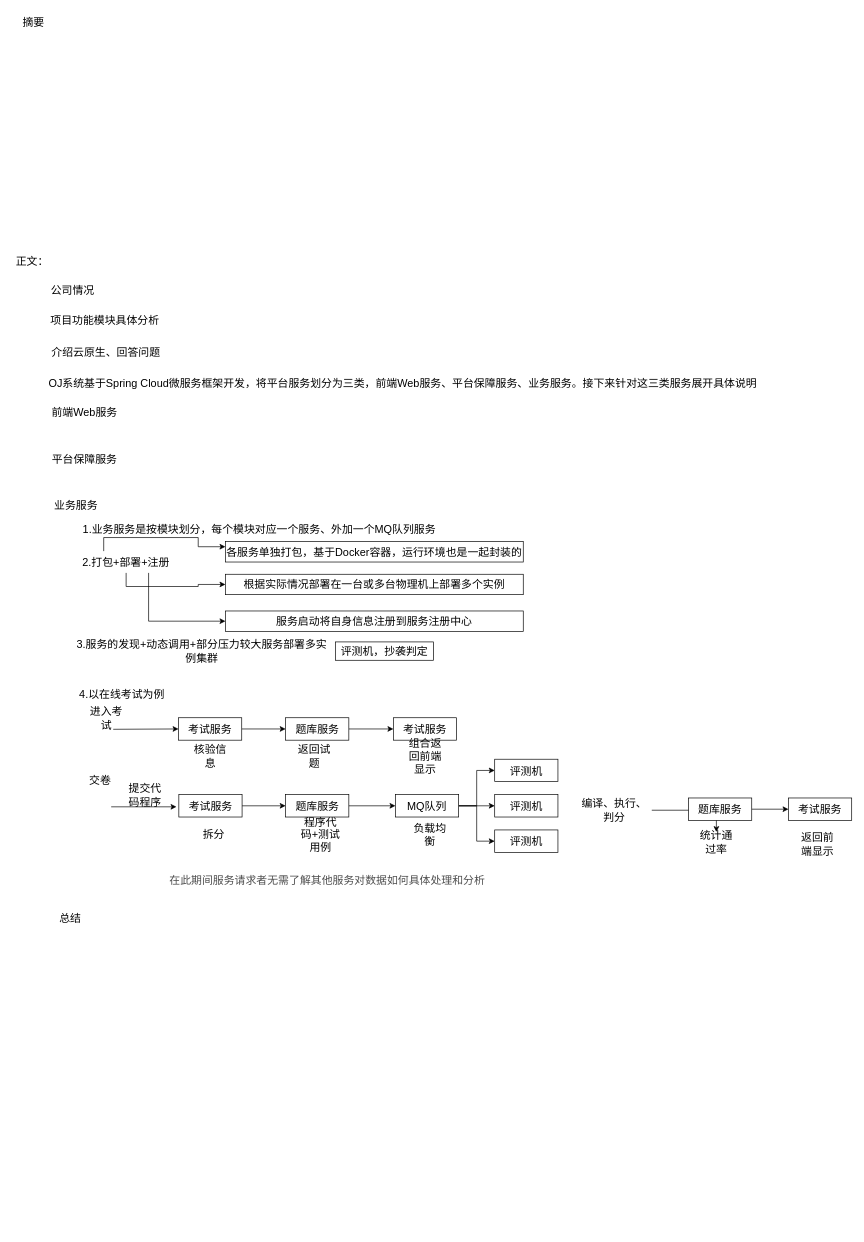
This is 云原生架构及其应用.drawio from xiaodongYao/DrawIO, a draw.io file, before an edit. Source tidied: cells renumbered, new cells numbered last; positions are measured from the earlier drawing's top-left corner, leaving out a move shared by most shapes. Both pictures are drawn from the tidied source at 68%, with x=0, y=0 at pixel (12, 12).
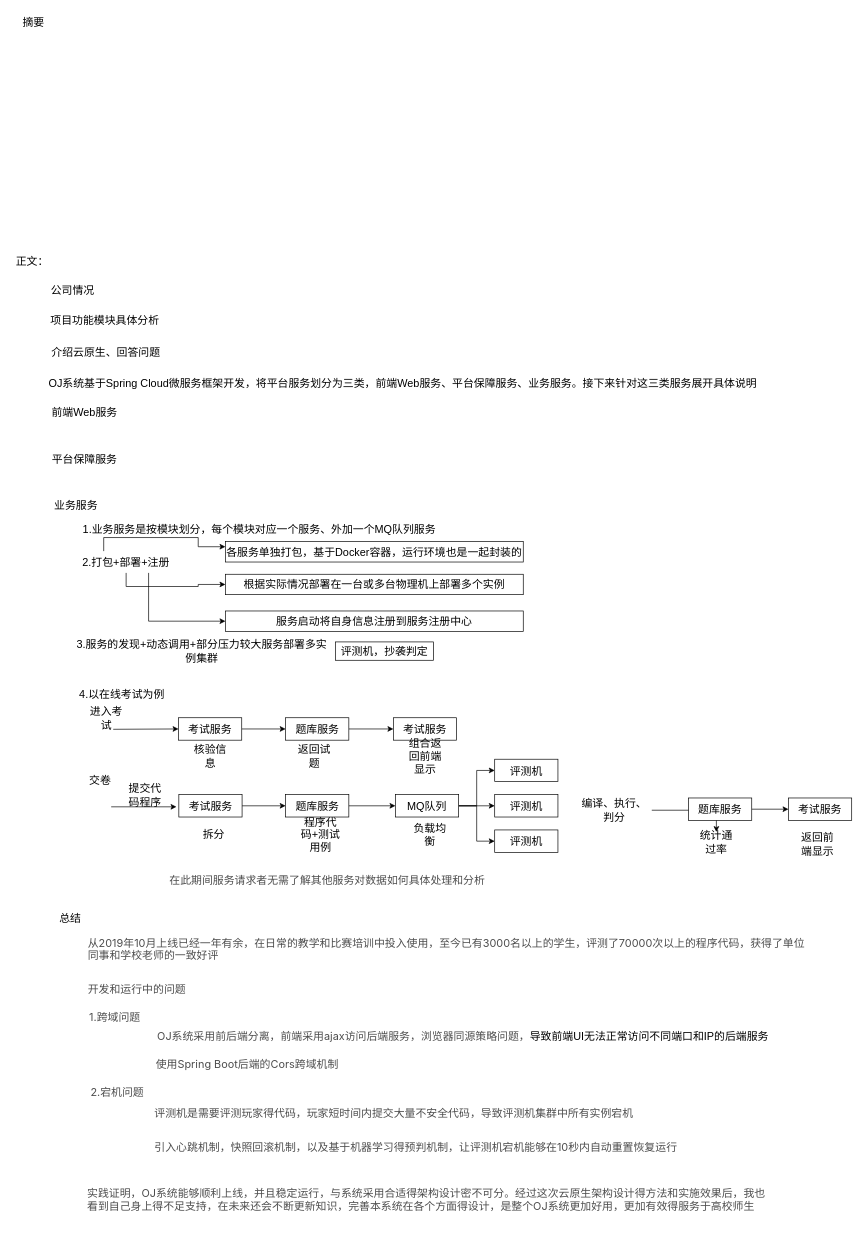
The same diagram, later.

Commit message:
更新云原生架构及其应用.drawio

Change to the diagram source:
```diff
@@
+    <mxCell id="58" value="&lt;font face=&quot;-apple-system, SF UI Text, Arial, PingFang SC, Hiragino Sans GB, Microsoft YaHei, WenQuanYi Micro Hei, sans-serif&quot; color=&quot;#4d4d4d&quot;&gt;&lt;span style=&quot;font-size: 16px; font-variant-ligatures: no-common-ligatures; background-color: rgb(255, 255, 255);&quot;&gt;从2019年10月上线已经一年有余，在日常的教学和比赛培训中投入使用，至今已有3000名以上的学生，评测了70000次以上的程序代码，获得了单位同事和学校老师的一致好评&lt;/span&gt;&lt;/font&gt;" style="text;whiteSpace=wrap;html=1;" parent="1" vertex="1">
+      <mxGeometry x="110" y="1353" width="1068" height="54" as="geometry" />
+    </mxCell>
+    <mxCell id="59" value="&lt;font face=&quot;-apple-system, SF UI Text, Arial, PingFang SC, Hiragino Sans GB, Microsoft YaHei, WenQuanYi Micro Hei, sans-serif&quot; color=&quot;#4d4d4d&quot;&gt;&lt;span style=&quot;font-size: 16px; font-variant-ligatures: no-common-ligatures; background-color: rgb(255, 255, 255);&quot;&gt;开发和运行中的问题&lt;/span&gt;&lt;/font&gt;" style="text;whiteSpace=wrap;html=1;" parent="1" vertex="1">
+      <mxGeometry x="110" y="1422" width="155" height="30" as="geometry" />
+    </mxCell>
+    <mxCell id="60" value="&lt;font face=&quot;-apple-system, SF UI Text, Arial, PingFang SC, Hiragino Sans GB, Microsoft YaHei, WenQuanYi Micro Hei, sans-serif&quot; color=&quot;#4d4d4d&quot;&gt;&lt;span style=&quot;font-size: 16px; font-variant-ligatures: no-common-ligatures; background-color: rgb(255, 255, 255);&quot;&gt;1.跨域问题&lt;/span&gt;&lt;/font&gt;" style="text;whiteSpace=wrap;html=1;" parent="1" vertex="1">
+      <mxGeometry x="112" y="1462" width="96" height="29" as="geometry" />
+    </mxCell>
+    <mxCell id="61" value="&lt;font face=&quot;-apple-system, SF UI Text, Arial, PingFang SC, Hiragino Sans GB, Microsoft YaHei, WenQuanYi Micro Hei, sans-serif&quot; color=&quot;#4d4d4d&quot;&gt;&lt;span style=&quot;font-size: 16px; font-variant-ligatures: no-common-ligatures; background-color: rgb(255, 255, 255);&quot;&gt;2.宕机问题&lt;/span&gt;&lt;/font&gt;" style="text;whiteSpace=wrap;html=1;" parent="1" vertex="1">
+      <mxGeometry x="114" y="1573" width="96" height="29" as="geometry" />
+    </mxCell>
+    <mxCell id="62" value="&lt;font face=&quot;-apple-system, SF UI Text, Arial, PingFang SC, Hiragino Sans GB, Microsoft YaHei, WenQuanYi Micro Hei, sans-serif&quot; color=&quot;#4d4d4d&quot; style=&quot;font-size: 16px;&quot;&gt;&lt;span style=&quot;font-size: 16px; font-variant-ligatures: no-common-ligatures; background-color: rgb(255, 255, 255);&quot;&gt;OJ系统采用前后端分离，前端采用ajax访问后端服务，浏览器同源策略问题，&lt;/span&gt;&lt;/font&gt;导致前端UI无法正常访问不同端口和IP的后端服务" style="text;whiteSpace=wrap;html=1;fontSize=16;" parent="1" vertex="1">
+      <mxGeometry x="212" y="1491" width="928" height="31" as="geometry" />
+    </mxCell>
+    <mxCell id="63" value="&lt;font face=&quot;-apple-system, SF UI Text, Arial, PingFang SC, Hiragino Sans GB, Microsoft YaHei, WenQuanYi Micro Hei, sans-serif&quot; color=&quot;#4d4d4d&quot;&gt;&lt;span style=&quot;font-variant-ligatures: no-common-ligatures; background-color: rgb(255, 255, 255);&quot;&gt;使用Spring Boot后端的Cors跨域机制&lt;/span&gt;&lt;/font&gt;" style="text;whiteSpace=wrap;html=1;fontSize=16;" parent="1" vertex="1">
+      <mxGeometry x="210" y="1532" width="928" height="31" as="geometry" />
+    </mxCell>
+    <mxCell id="64" value="&lt;font face=&quot;-apple-system, SF UI Text, Arial, PingFang SC, Hiragino Sans GB, Microsoft YaHei, WenQuanYi Micro Hei, sans-serif&quot; color=&quot;#4d4d4d&quot;&gt;&lt;span style=&quot;font-variant-ligatures: no-common-ligatures; background-color: rgb(255, 255, 255);&quot;&gt;评测机是需要评测玩家得代码，玩家短时间内提交大量不安全代码，导致评测机集群中所有实例宕机&lt;/span&gt;&lt;/font&gt;" style="text;whiteSpace=wrap;html=1;fontSize=16;" parent="1" vertex="1">
+      <mxGeometry x="208" y="1604" width="928" height="31" as="geometry" />
+    </mxCell>
+    <mxCell id="65" value="&lt;font face=&quot;-apple-system, SF UI Text, Arial, PingFang SC, Hiragino Sans GB, Microsoft YaHei, WenQuanYi Micro Hei, sans-serif&quot; color=&quot;#4d4d4d&quot;&gt;&lt;span style=&quot;font-variant-ligatures: no-common-ligatures; background-color: rgb(255, 255, 255);&quot;&gt;引入心跳机制，快照回滚机制，以及基于机器学习得预判机制，让评测机宕机能够在10秒内自动重置恢复运行&lt;/span&gt;&lt;/font&gt;" style="text;whiteSpace=wrap;html=1;fontSize=16;" parent="1" vertex="1">
+      <mxGeometry x="208" y="1654" width="928" height="31" as="geometry" />
+    </mxCell>
+    <mxCell id="66" value="&lt;font face=&quot;-apple-system, SF UI Text, Arial, PingFang SC, Hiragino Sans GB, Microsoft YaHei, WenQuanYi Micro Hei, sans-serif&quot; color=&quot;#4d4d4d&quot;&gt;&lt;span style=&quot;font-size: 16px; font-variant-ligatures: no-common-ligatures; background-color: rgb(255, 255, 255);&quot;&gt;实践证明，OJ系统能够顺利上线，并且稳定运行，与系统采用合适得架构设计密不可分。经过这次云原生架构设计得方法和实施效果后，我也看到自己身上得不足支持，在未来还会不断更新知识，完善本系统在各个方面得设计，是整个OJ系统更加好用，更加有效得服务于高校师生&lt;/span&gt;&lt;/font&gt;" style="text;whiteSpace=wrap;html=1;" parent="1" vertex="1">
+      <mxGeometry x="108.5" y="1722" width="1000.5" height="71" as="geometry" />
+    </mxCell>
```
